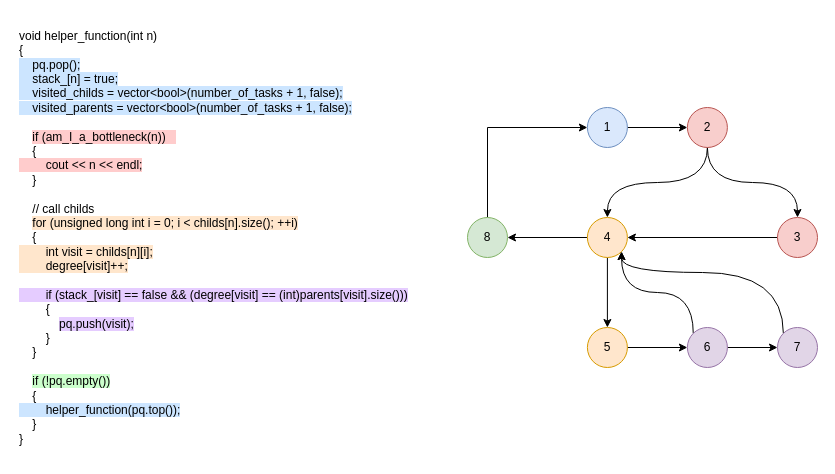
Above: page "Page-1" (1 of 2) of part2/diagrams/control_flow/recursion.drawio in Squalexy/QCS-Project (draw.io), before the change. Source tidied: cells renumbered, new cells numbered last; positions are measured from the earlier drawing's top-left corner, leaving out a move shared by most shapes. Both pictures are drawn from the tidied source at 100%, with x=0, y=0 at pixel (17, 17).
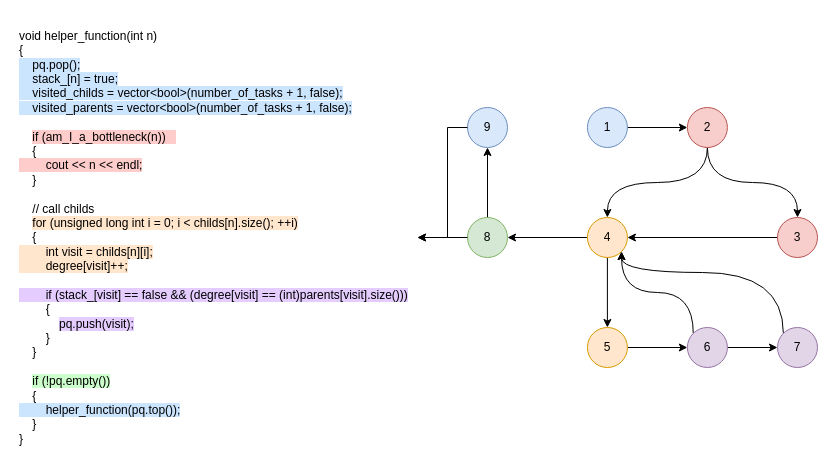
The same page after the edit.

The change refers to these unchanged cells:
```xml
<mxCell id="3" value="1" style="ellipse;whiteSpace=wrap;html=1;fillColor=#dae8fc;strokeColor=#6c8ebf;" parent="1" vertex="1">
  <mxGeometry x="569.9" y="90" width="40" height="40" as="geometry" />
</mxCell>
<mxCell id="4" value="&lt;div&gt;void helper_function(int n)&lt;/div&gt;&lt;div&gt;{&lt;/div&gt;&lt;div&gt;&lt;span style=&quot;background-color: rgb(204, 229, 255);&quot;&gt;&amp;nbsp; &amp;nbsp; pq.pop();&lt;/span&gt;&lt;/div&gt;&lt;div&gt;&lt;span style=&quot;background-color: rgb(204, 229, 255);&quot;&gt;&amp;nbsp; &amp;nbsp; stack_[n] = true;&lt;/span&gt;&lt;/div&gt;&lt;div&gt;&lt;span style=&quot;background-color: rgb(204, 229, 255);&quot;&gt;&amp;nbsp; &amp;nbsp; visited_childs = vector&amp;lt;bool&amp;gt;(number_of_tasks + 1, false);&lt;/span&gt;&lt;/div&gt;&lt;div&gt;&lt;span style=&quot;background-color: rgb(204, 229, 255);&quot;&gt;&amp;nbsp; &amp;nbsp; visited_parents = vector&amp;lt;bool&amp;gt;(number_of_tasks + 1, false);&lt;/span&gt;&lt;/div&gt;&lt;div&gt;&lt;br&gt;&lt;/div&gt;&lt;div&gt;&amp;nbsp; &amp;nbsp;&amp;nbsp;&lt;span style=&quot;background-color: rgb(255, 204, 204);&quot;&gt;if (am_I_a_bottleneck(n))&amp;nbsp; &amp;nbsp;&lt;/span&gt;&lt;/div&gt;&lt;div&gt;&amp;nbsp; &amp;nbsp; {&lt;/div&gt;&lt;div&gt;&lt;span style=&quot;background-color: rgb(255, 204, 204);&quot;&gt;&amp;nbsp; &amp;nbsp; &amp;nbsp; &amp;nbsp; cout &amp;lt;&amp;lt; n &amp;lt;&amp;lt; endl;&lt;/span&gt;&lt;/div&gt;&lt;div&gt;&amp;nbsp; &amp;nbsp; }&lt;/div&gt;&lt;div&gt;&lt;br&gt;&lt;/div&gt;&lt;div&gt;&amp;nbsp; &amp;nbsp; // call childs&lt;/div&gt;&lt;div&gt;&amp;nbsp; &amp;nbsp; &lt;span style=&quot;background-color: rgb(255, 230, 204);&quot;&gt;for (unsigned long int i = 0; i &amp;lt; childs[n].size(); ++i)&lt;/span&gt;&lt;/div&gt;&lt;div&gt;&amp;nbsp; &amp;nbsp; {&lt;/div&gt;&lt;div&gt;&lt;span style=&quot;background-color: rgb(255, 230, 204);&quot;&gt;&amp;nbsp; &amp;nbsp; &amp;nbsp; &amp;nbsp; int visit = childs[n][i];&lt;/span&gt;&lt;/div&gt;&lt;div&gt;&lt;span style=&quot;background-color: rgb(255, 230, 204);&quot;&gt;&amp;nbsp; &amp;nbsp; &amp;nbsp; &amp;nbsp; degree[visit]++;&lt;/span&gt;&lt;/div&gt;&lt;div&gt;&lt;br&gt;&lt;/div&gt;&lt;div&gt;&lt;span style=&quot;background-color: rgb(229, 204, 255);&quot;&gt;&amp;nbsp; &amp;nbsp; &amp;nbsp; &amp;nbsp; if (stack_[visit] == false &amp;amp;&amp;amp; (degree[visit] == (int)parents[visit].size()))&lt;/span&gt;&lt;/div&gt;&lt;div&gt;&amp;nbsp; &amp;nbsp; &amp;nbsp; &amp;nbsp; {&lt;/div&gt;&lt;div&gt;&amp;nbsp; &amp;nbsp; &amp;nbsp; &amp;nbsp; &amp;nbsp; &amp;nbsp; &lt;span style=&quot;background-color: rgb(229, 204, 255);&quot;&gt;pq.push(visit);&lt;/span&gt;&lt;/div&gt;&lt;div&gt;&amp;nbsp; &amp;nbsp; &amp;nbsp; &amp;nbsp; }&lt;/div&gt;&lt;div&gt;&amp;nbsp; &amp;nbsp; }&lt;/div&gt;&lt;div&gt;&lt;br&gt;&lt;/div&gt;&lt;div&gt;&amp;nbsp; &amp;nbsp; &lt;span style=&quot;background-color: rgb(204, 255, 204);&quot;&gt;if (!pq.empty())&lt;/span&gt;&lt;/div&gt;&lt;div&gt;&amp;nbsp; &amp;nbsp; {&lt;/div&gt;&lt;div&gt;&lt;span style=&quot;background-color: rgb(204, 229, 255);&quot;&gt;&amp;nbsp; &amp;nbsp; &amp;nbsp; &amp;nbsp; helper_function(pq.top());&lt;/span&gt;&lt;/div&gt;&lt;div&gt;&amp;nbsp; &amp;nbsp; }&lt;/div&gt;&lt;div&gt;}&lt;/div&gt;" style="text;html=1;strokeColor=none;fillColor=none;align=left;verticalAlign=middle;whiteSpace=wrap;rounded=0;" parent="1" vertex="1">
  <mxGeometry width="400" height="440" as="geometry" />
</mxCell>
<mxCell id="22" value="8" style="ellipse;whiteSpace=wrap;html=1;fillColor=#d5e8d4;strokeColor=#82b366;" parent="1" vertex="1">
  <mxGeometry x="450" y="200" width="40" height="40" as="geometry" />
</mxCell>
```

What changed in the source:
```diff
@@
-    <mxCell id="21" style="edgeStyle=orthogonalEdgeStyle;rounded=0;jettySize=auto;html=1;exitX=0.5;exitY=0;exitDx=0;exitDy=0;entryX=0;entryY=0.5;entryDx=0;entryDy=0;" parent="1" edge="1" source="22" target="3">
+    <mxCell id="21" style="edgeStyle=orthogonalEdgeStyle;rounded=0;jettySize=auto;html=1;exitX=0.5;exitY=0;exitDx=0;exitDy=0;" parent="1" edge="1" source="22" target="23">
       <mxGeometry relative="1" as="geometry" />
     </mxCell>
@@
+    <mxCell id="23" value="9" style="ellipse;whiteSpace=wrap;html=1;fillColor=#dae8fc;strokeColor=#6c8ebf;" parent="1" vertex="1">
+      <mxGeometry x="450" y="90" width="40" height="40" as="geometry" />
+    </mxCell>
+    <mxCell id="24" style="edgeStyle=orthogonalEdgeStyle;rounded=0;jettySize=auto;html=1;exitX=0;exitY=0.5;exitDx=0;exitDy=0;entryX=1;entryY=0.5;entryDx=0;entryDy=0;" parent="1" edge="1" source="22" target="4">
+      <mxGeometry relative="1" as="geometry" />
+    </mxCell>
+    <mxCell id="25" style="edgeStyle=orthogonalEdgeStyle;rounded=0;jettySize=auto;html=1;exitX=0;exitY=0.5;exitDx=0;exitDy=0;" parent="1" edge="1" source="23">
+      <mxGeometry relative="1" as="geometry">
+        <mxPoint x="400" y="220" as="targetPoint" />
+        <Array as="points">
+          <mxPoint x="430" y="110" />
+          <mxPoint x="430" y="220" />
+          <mxPoint x="410" y="220" />
+        </Array>
+      </mxGeometry>
+    </mxCell>
```
